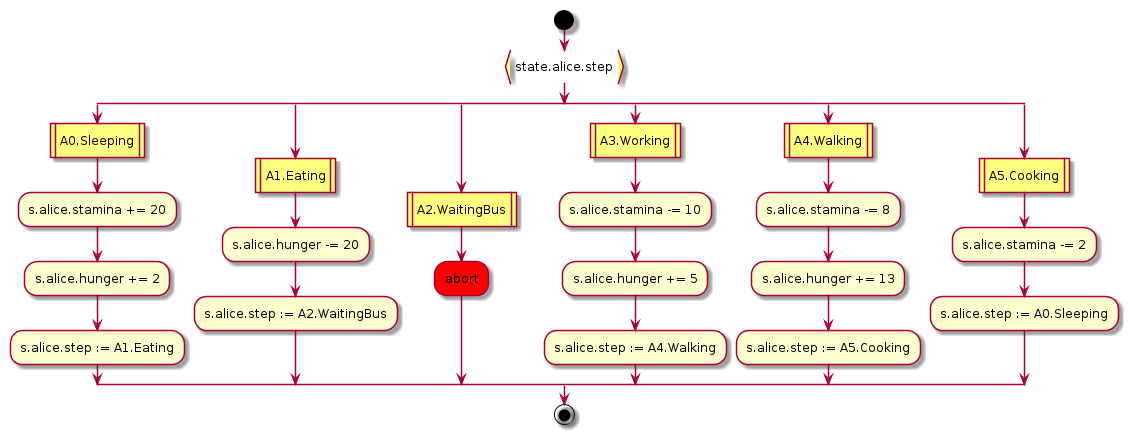
The PlantUML diagram figures/alice-bob-alice_autonomous_transitions.png in totorigolo/master-thesis, before a commit. The source it was exported from:
```plantuml
@startuml alice_autonomous_transitions
skinparam defaultTextAlignment center

start
#ffff80:state.alice.step}
split
#ffff80:A0.Sleeping|
:s.alice.stamina += 20;
:s.alice.hunger += 2;
:s.alice.step := A1.Eating;
split again
#ffff80:A1.Eating|
:s.alice.hunger -= 20;
:s.alice.step := A2.WaitingBus;
split again
#ffff80:A2.WaitingBus|
#Red:abort;
split again
#ffff80:A3.Working|
:s.alice.stamina -= 10;
:s.alice.hunger += 5;
:s.alice.step := A4.Walking;
split again
#ffff80:A4.Walking|
:s.alice.stamina -= 8;
:s.alice.hunger += 13;
:s.alice.step := A5.Cooking;
split again
#ffff80:A5.Cooking|
:s.alice.stamina -= 2;
:s.alice.step := A0.Sleeping;
end split
stop

@enduml
```
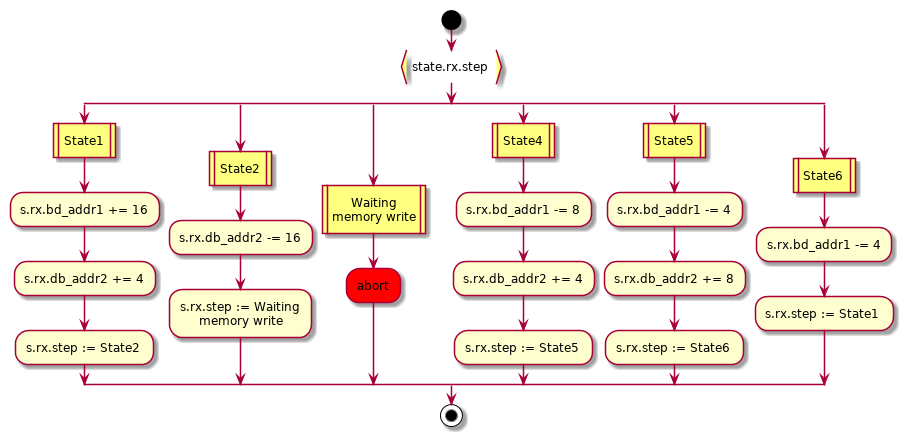
The same diagram one commit later.

Commit message:
Removed Alice and Bob

Change to the diagram source:
```diff
@@ -1,34 +1,34 @@
-@startuml alice_autonomous_transitions
+@startuml alice-bob-alice_autonomous_transitions
 skinparam defaultTextAlignment center
 
 start
-#ffff80:state.alice.step}
+#ffff80:state.rx.step}
 split
-#ffff80:A0.Sleeping|
-:s.alice.stamina += 20;
-:s.alice.hunger += 2;
-:s.alice.step := A1.Eating;
+#ffff80:State1|
+:s.rx.bd_addr1 += 16;
+:s.rx.db_addr2 += 4;
+:s.rx.step := State2;
 split again
-#ffff80:A1.Eating|
-:s.alice.hunger -= 20;
-:s.alice.step := A2.WaitingBus;
+#ffff80:State2|
+:s.rx.db_addr2 -= 16;
+:s.rx.step := Waiting\nmemory write;
 split again
-#ffff80:A2.WaitingBus|
+#ffff80:Waiting\nmemory write|
 #Red:abort;
 split again
-#ffff80:A3.Working|
-:s.alice.stamina -= 10;
-:s.alice.hunger += 5;
-:s.alice.step := A4.Walking;
+#ffff80:State4|
+:s.rx.bd_addr1 -= 8;
+:s.rx.db_addr2 += 4;
+:s.rx.step := State5;
 split again
-#ffff80:A4.Walking|
-:s.alice.stamina -= 8;
-:s.alice.hunger += 13;
-:s.alice.step := A5.Cooking;
+#ffff80:State5|
+:s.rx.bd_addr1 -= 4;
+:s.rx.db_addr2 += 8;
+:s.rx.step := State6;
 split again
-#ffff80:A5.Cooking|
-:s.alice.stamina -= 2;
-:s.alice.step := A0.Sleeping;
+#ffff80:State6|
+:s.rx.bd_addr1 -= 4;
+:s.rx.step := State1;
 end split
 stop
 
```
